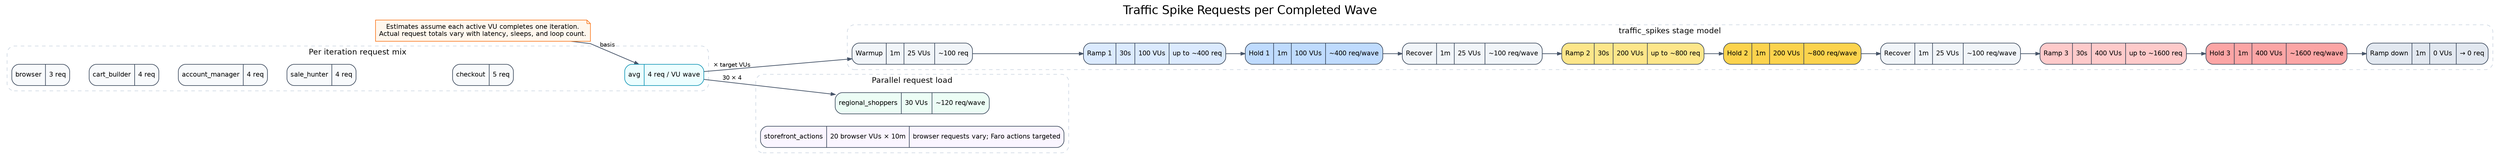
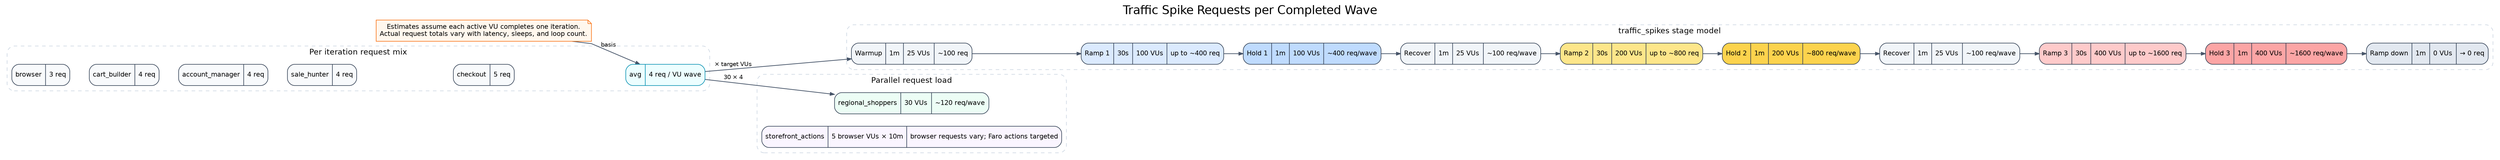
digraph traffic_spike_requests_only {
  graph [rankdir=LR, labelloc=t, label="Traffic Spike Requests per Completed Wave", fontsize=20, fontname="Helvetica", nodesep=0.28, ranksep=0.45, splines=polyline, outputorder=edgesfirst];
  node [shape=record, style="rounded,filled", fontname="Helvetica", fontsize=11, color="#334155", fillcolor="#f8fafc", margin="0.08,0.05"];
  edge [color="#475569", arrowsize=0.7, penwidth=1.2, fontname="Helvetica", fontsize=10];

  note [shape=note, fillcolor="#fff7ed", color="#f97316", label="Estimates assume each active VU completes one iteration.\nActual request totals vary with latency, sleeps, and loop count."];

  subgraph cluster_persona_math {
    label="Per iteration request mix"; color="#cbd5e1"; style="rounded,dashed"; fontsize=13; fontname="Helvetica";
    p_browser [label="{browser|3 req}"];
    p_cart [label="{cart_builder|4 req}"];
    p_account [label="{account_manager|4 req}"];
    p_sale [label="{sale_hunter|4 req}"];
    p_checkout [label="{checkout|5 req}"];
    p_avg [label="{avg|4 req / VU wave}", fillcolor="#ecfeff", color="#0891b2"];
    p_browser -> p_cart -> p_account -> p_sale -> p_checkout -> p_avg [style=invis];
  }

  subgraph cluster_stage_flow {
    label="traffic_spikes stage model"; color="#cbd5e1"; style="rounded,dashed"; fontsize=13; fontname="Helvetica";
    warmup [label="{Warmup|1m|25 VUs|~100 req}", fillcolor="#f1f5f9"];
    ramp1 [label="{Ramp 1|30s|100 VUs|up to ~400 req}", fillcolor="#dbeafe"];
    hold1 [label="{Hold 1|1m|100 VUs|~400 req/wave}", fillcolor="#bfdbfe"];
    rec1 [label="{Recover|1m|25 VUs|~100 req/wave}", fillcolor="#f1f5f9"];
    ramp2 [label="{Ramp 2|30s|200 VUs|up to ~800 req}", fillcolor="#fde68a"];
    hold2 [label="{Hold 2|1m|200 VUs|~800 req/wave}", fillcolor="#fcd34d"];
    rec2 [label="{Recover|1m|25 VUs|~100 req/wave}", fillcolor="#f1f5f9"];
    ramp3 [label="{Ramp 3|30s|400 VUs|up to ~1600 req}", fillcolor="#fecaca"];
    hold3 [label="{Hold 3|1m|400 VUs|~1600 req/wave}", fillcolor="#fca5a5"];
    down [label="{Ramp down|1m|0 VUs|→ 0 req}", fillcolor="#e2e8f0"];
    warmup -> ramp1 -> hold1 -> rec1 -> ramp2 -> hold2 -> rec2 -> ramp3 -> hold3 -> down;
  }

  subgraph cluster_parallel {
    label="Parallel request load"; color="#cbd5e1"; style="rounded,dashed"; fontsize=13; fontname="Helvetica";
    regional [label="{regional_shoppers|30 VUs|~120 req/wave}", fillcolor="#ecfdf5"];
-     browser_actions [label="{storefront_actions|20 browser VUs × 10m|browser requests vary; Faro actions targeted}", fillcolor="#faf5ff"];
+     browser_actions [label="{storefront_actions|5 browser VUs × 10m|browser requests vary; Faro actions targeted}", fillcolor="#faf5ff"];
  }

  note -> p_avg [label="basis"];
  p_avg -> warmup [label="× target VUs"];
  p_avg -> regional [label="30 × 4"];
}

